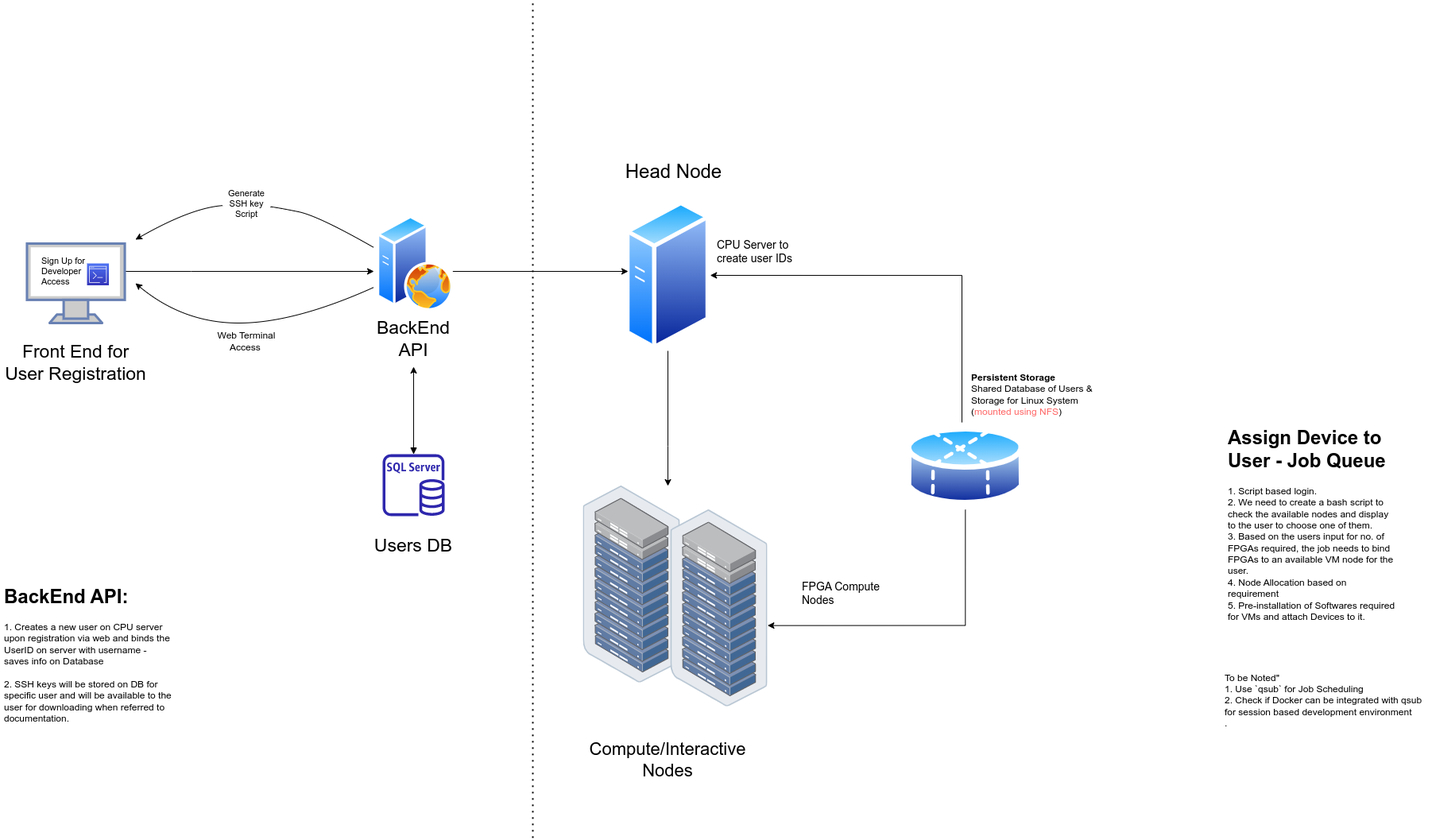
Above: Intel DevCloud Flow.drawio.png in belanasaikiran/FlowCharts (draw.io), before the change. Source tidied: cells renumbered, new cells last; positions are measured from the earlier drawing's top-left corner, leaving out a move shared by most shapes.
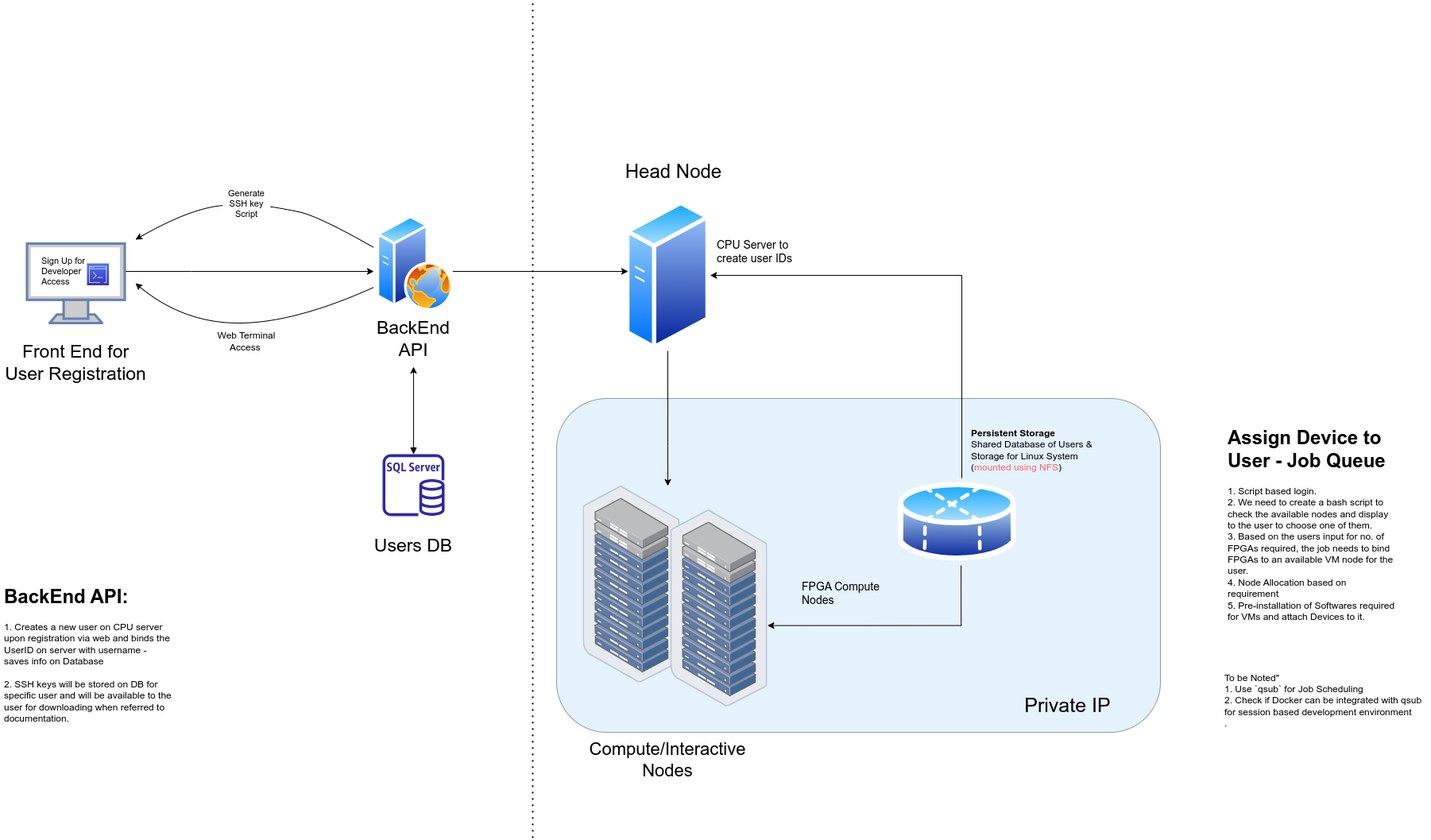
Above is the later version.

What changed in the source:
```diff
@@ -36,14 +36,6 @@
         <mxPoint x="520" y="460" as="targetPoint" />
       </mxGeometry>
     </mxCell>
-    <mxCell id="9" style="edgeStyle=orthogonalEdgeStyle;rounded=0;jettySize=auto;html=1;fontSize=23;" parent="1" edge="1" source="6" target="17">
-      <mxGeometry relative="1" as="geometry">
-        <Array as="points">
-          <mxPoint x="840" y="560" />
-          <mxPoint x="840" y="560" />
-        </Array>
-      </mxGeometry>
-    </mxCell>
     <mxCell id="10" style="group;" parent="1" vertex="1">
       <mxGeometry x="430" y="570" width="180" height="130" as="geometry" />
     </mxCell>
@@ -63,8 +55,11 @@
       <mxGeometry x="14" width="96" height="120" as="geometry" />
     </mxCell>
     <mxCell id="16" style="group;" parent="1" vertex="1">
-      <mxGeometry x="733.4" y="610" width="666.6" height="440" as="geometry" />
+      <mxGeometry x="733.4" y="610" width="726.6" height="440" as="geometry" />
     </mxCell>
+    <mxCell id="39" style="rounded=1;whiteSpace=wrap;html=1;labelBackgroundColor=#824040;labelBorderColor=none;fontSize=14;opacity=50;fillColor=#cce5ff;strokeColor=#36393d;" parent="16" vertex="1">
+      <mxGeometry x="-33.4" y="-110" width="760" height="420" as="geometry" />
+    </mxCell>
     <mxCell id="17" style="points=[];html=1;align=center;shadow=0;dashed=0;image;image=img/lib/allied_telesis/storage/Datacenter_Server_Rack_ToR.svg;fontSize=11;" parent="16" vertex="1">
       <mxGeometry width="122.2" height="247.7" as="geometry" />
     </mxCell>
@@ -74,6 +69,12 @@
     <mxCell id="19" value="FPGA Compute Nodes" style="text;html=1;strokeColor=none;fillColor=none;align=left;verticalAlign=middle;whiteSpace=wrap;rounded=0;fontSize=14;" parent="16" vertex="1">
       <mxGeometry x="273.3" y="120" width="120" height="30" as="geometry" />
     </mxCell>
+    <mxCell id="34" value="&lt;b&gt;Persistent Storage&lt;/b&gt;&lt;br&gt;Shared Database of Users &amp;amp; Storage for Linux System&amp;nbsp;&lt;br&gt;(&lt;font color=&quot;#ff6666&quot;&gt;mounted using NFS&lt;/font&gt;)" style="text;html=1;strokeColor=none;fillColor=none;align=left;verticalAlign=middle;whiteSpace=wrap;rounded=0;" parent="16" vertex="1">
+      <mxGeometry x="486.6" y="-80" width="180" height="70" as="geometry" />
+    </mxCell>
+    <mxCell id="40" value="&lt;font style=&quot;font-size: 25px;&quot;&gt;Private IP&lt;/font&gt;" style="text;html=1;strokeColor=none;fillColor=none;align=center;verticalAlign=middle;whiteSpace=wrap;rounded=0;fontSize=14;" parent="16" vertex="1">
+      <mxGeometry x="553.2" y="260" width="113.4" height="30" as="geometry" />
+    </mxCell>
     <mxCell id="20" style="curved=1;endArrow=classic;html=1;rounded=0;fontSize=11;fontColor=default;startArrow=none;" parent="1" edge="1" source="22">
       <mxGeometry relative="1" as="geometry">
         <mxPoint x="170" y="300" as="targetPoint" />
@@ -132,15 +133,16 @@
         </Array>
       </mxGeometry>
     </mxCell>
-    <mxCell id="32" style="edgeStyle=orthogonalEdgeStyle;rounded=0;jettySize=auto;html=1;exitX=0.5;exitY=1;exitDx=0;exitDy=0;entryX=0.998;entryY=0.588;entryDx=0;entryDy=0;entryPerimeter=0;fontSize=18;" parent="1" edge="1" source="33" target="18">
-      <mxGeometry relative="1" as="geometry" />
+    <mxCell id="32" style="edgeStyle=orthogonalEdgeStyle;rounded=0;jettySize=auto;html=1;exitX=0.532;exitY=1.001;exitDx=0;exitDy=0;entryX=0.998;entryY=0.588;entryDx=0;entryDy=0;entryPerimeter=0;fontSize=18;exitPerimeter=0;" parent="1" edge="1" source="33" target="18">
+      <mxGeometry relative="1" as="geometry">
+        <Array as="points">
+          <mxPoint x="1209" y="786" />
+        </Array>
+      </mxGeometry>
     </mxCell>
     <mxCell id="33" style="perimeter=ellipsePerimeter;html=1;align=center;shadow=0;dashed=0;spacingTop=3;image;image=img/lib/active_directory/database_partition_4.svg;" parent="1" vertex="1">
-      <mxGeometry x="1140" y="530" width="148.7" height="110" as="geometry" />
+      <mxGeometry x="1130" y="600" width="148.7" height="110" as="geometry" />
     </mxCell>
-    <mxCell id="34" value="&lt;b&gt;Persistent Storage&lt;/b&gt;&lt;br&gt;Shared Database of Users &amp;amp; Storage for Linux System&amp;nbsp;&lt;br&gt;(&lt;font color=&quot;#ff6666&quot;&gt;mounted using NFS&lt;/font&gt;)" style="text;html=1;strokeColor=none;fillColor=none;align=left;verticalAlign=middle;whiteSpace=wrap;rounded=0;" parent="1" vertex="1">
-      <mxGeometry x="1220" y="460" width="180" height="70" as="geometry" />
-    </mxCell>
     <mxCell id="35" value="&lt;font style=&quot;font-size: 24px;&quot;&gt;Head Node&lt;/font&gt;" style="text;html=1;strokeColor=none;fillColor=none;align=center;verticalAlign=middle;whiteSpace=wrap;rounded=0;" parent="1" vertex="1">
       <mxGeometry x="740" y="200" width="215" height="30" as="geometry" />
     </mxCell>
@@ -156,5 +158,13 @@
         <mxPoint x="670" as="targetPoint" />
       </mxGeometry>
     </mxCell>
+    <mxCell id="9" style="edgeStyle=orthogonalEdgeStyle;rounded=0;jettySize=auto;html=1;fontSize=23;" parent="1" edge="1" source="6" target="17">
+      <mxGeometry relative="1" as="geometry">
+        <Array as="points">
+          <mxPoint x="840" y="560" />
+          <mxPoint x="840" y="560" />
+        </Array>
+      </mxGeometry>
+    </mxCell>
   </root>
 </mxGraphModel>
```
